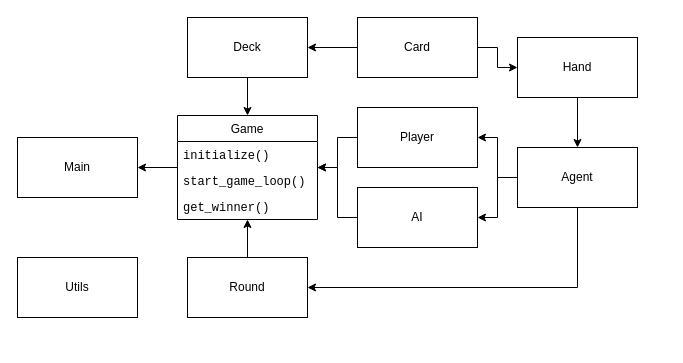
Before: docs/img/ARCHITECTURE.drawio in Wehzie/2021-lamas, a draw.io diagram. Source tidied: cells renumbered, new cells numbered last; positions are measured from the earlier drawing's top-left corner, leaving out a move shared by most shapes. Both pictures are drawn from the tidied source at 100%, with x=0, y=0 at pixel (17, 17).
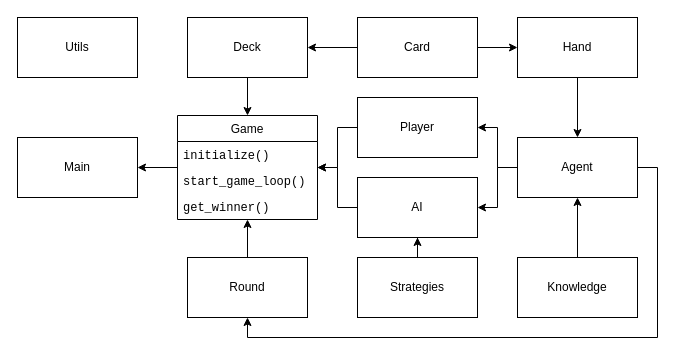
Above is the later version.

Commit message (it also covers changes not shown here):
update architecture graph

Unchanged cells that the change refers to:
```xml
<mxCell id="7" value="Round" style="rounded=0;whiteSpace=wrap;html=1;" parent="1" vertex="1">
  <mxGeometry x="170" y="240" width="120" height="60" as="geometry" />
</mxCell>
```

What changed in the source:
```diff
@@
     <mxCell id="9" value="Hand" style="rounded=0;whiteSpace=wrap;html=1;" parent="1" vertex="1">
-      <mxGeometry x="500" y="20" width="120" height="60" as="geometry" />
+      <mxGeometry x="500" width="120" height="60" as="geometry" />
     </mxCell>
@@
-    <mxCell id="12" style="edgeStyle=orthogonalEdgeStyle;rounded=0;jettySize=auto;html=1;entryX=1;entryY=0.5;entryDx=0;entryDy=0;fontFamily=Helvetica;" parent="1" edge="1" source="13" target="7">
-      <mxGeometry relative="1" as="geometry">
-        <Array as="points">
-          <mxPoint x="560" y="270" />
-        </Array>
-      </mxGeometry>
+    <mxCell id="12" style="edgeStyle=orthogonalEdgeStyle;rounded=0;jettySize=auto;html=1;exitX=1;exitY=0.5;exitDx=0;exitDy=0;entryX=0.5;entryY=1;entryDx=0;entryDy=0;" parent="1" edge="1" source="13" target="7">
+      <mxGeometry relative="1" as="geometry" />
     </mxCell>
     <mxCell id="13" value="Agent" style="rounded=0;whiteSpace=wrap;html=1;" parent="1" vertex="1">
-      <mxGeometry x="500" y="130" width="120" height="60" as="geometry" />
+      <mxGeometry x="500" y="120" width="120" height="60" as="geometry" />
     </mxCell>
@@
     <mxCell id="16" value="Utils" style="rounded=0;whiteSpace=wrap;html=1;" parent="1" vertex="1">
-      <mxGeometry y="240" width="120" height="60" as="geometry" />
+      <mxGeometry width="120" height="60" as="geometry" />
     </mxCell>
@@
     <mxCell id="23" value="Player" style="rounded=0;whiteSpace=wrap;html=1;" parent="1" vertex="1">
-      <mxGeometry x="340" y="90" width="120" height="60" as="geometry" />
+      <mxGeometry x="340" y="80" width="120" height="60" as="geometry" />
     </mxCell>
@@
     <mxCell id="25" value="AI" style="rounded=0;whiteSpace=wrap;html=1;" parent="1" vertex="1">
-      <mxGeometry x="340" y="170" width="120" height="60" as="geometry" />
+      <mxGeometry x="340" y="160" width="120" height="60" as="geometry" />
     </mxCell>
+    <mxCell id="26" style="edgeStyle=orthogonalEdgeStyle;rounded=0;jettySize=auto;html=1;entryX=0.5;entryY=1;entryDx=0;entryDy=0;" parent="1" edge="1" source="27" target="13">
+      <mxGeometry relative="1" as="geometry" />
+    </mxCell>
+    <mxCell id="27" value="Knowledge" style="rounded=0;whiteSpace=wrap;html=1;" parent="1" vertex="1">
+      <mxGeometry x="500" y="240" width="120" height="60" as="geometry" />
+    </mxCell>
+    <mxCell id="28" style="edgeStyle=orthogonalEdgeStyle;rounded=0;jettySize=auto;html=1;entryX=0.5;entryY=1;entryDx=0;entryDy=0;" parent="1" edge="1" source="29" target="25">
+      <mxGeometry relative="1" as="geometry" />
+    </mxCell>
+    <mxCell id="29" value="Strategies" style="rounded=0;whiteSpace=wrap;html=1;" parent="1" vertex="1">
+      <mxGeometry x="340" y="240" width="120" height="60" as="geometry" />
+    </mxCell>
```
